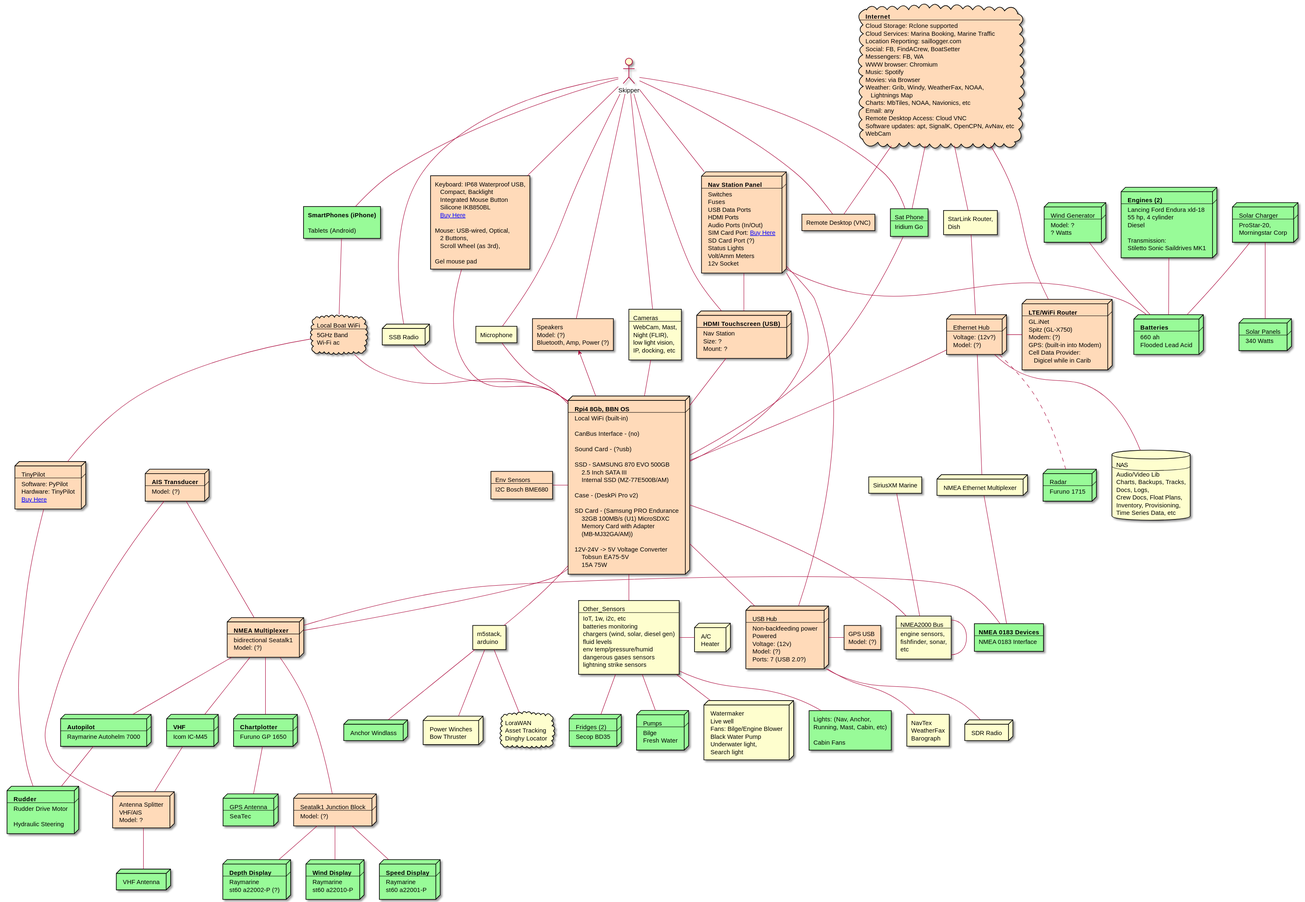
SY-Alcazar/SY-Alcazar keeps this PlantUML diagram as docs/images/alcazar-system-arch.svg. Above is the earlier version. The source it was exported from:
```plantuml
@startuml

actor Skipper [
 Skipper
]

node Panel #peachpuff [
 <b>Nav Station Panel
 ----
 Switches
 Fuses
 USB Data Ports
 HDMI Ports
 Audio Ports (In/Out)
 SIM Card Port: [[https://www.data-alliance.net/cable-gland-for-fiber-usb-sim-terminal-block-waterproof-ip67-feed-thru/ Buy Here]]
 SD Card Port (?)
 Status Lights
 Volt/Amm Meters
 12v Socket
]

node RPI #peachpuff [
 <b>Rpi4 8Gb, BBN OS
 ----
 Local WiFi (built-in)

 CanBus Interface - (no)

 Sound Card - (?usb)

 SSD - SAMSUNG 870 EVO 500GB
     2.5 Inch SATA III
     Internal SSD (MZ-77E500B/AM)

 Case - (DeskPi Pro v2)

 SD Card - (Samsung PRO Endurance
     32GB 100MB/s (U1) MicroSDXC
     Memory Card with Adapter
     (MB-MJ32GA/AM))

 12V-24V -> 5V Voltage Converter
     Tobsun EA75-5V
     15A 75W
]

rectangle GPS #peachpuff [
 GPS USB
 Model: (?)
]

rectangle Env_Sens #peachpuff [
 Env Sensors
 ----
 I2C Bosch BME680
]

rectangle NMEA_2000 [
 NMEA2000 Bus
 ----
 engine sensors,
 fishfinder, sonar,
 etc
]

node Junction_ST1 #peachpuff [
 Seatalk1 Junction Block
 ----
 Model: (?)
]

node NMEA_Mux #peachpuff [
 <b>NMEA Multiplexer
 ----
 bidirectional Seatalk1
 Model: (?)
]

node NMEA_Eth_Mux [
 NMEA Ethernet Multiplexer
]

rectangle NMEA_0183 #palegreen [
 <b>NMEA 0183 Devices
 ----
 NMEA 0183 Interface
]

node AP #palegreen [
 <b>Autopilot
 ---
 Raymarine Autohelm 7000
]

node AP_2 #peachpuff [
 TinyPilot
 ---
 Software: PyPilot
 Hardware: TinyPilot
 [[https://pypilot.org/store Buy Here]]
]

node VHF #palegreen [
 <b>VHF
 ---
 Icom IC-M45
]

node Chartplotter #palegreen [
 <b>Chartplotter
 ---
 Furuno GP 1650
]

node GPS_Ant #palegreen [
 GPS Antenna
 ---
 SeaTec
]

node Eth_Hub #peachpuff [
 Ethernet Hub
 ----
 Voltage: (12v?)
 Model: (?)
]

node USB_Hub #peachpuff [
 USB Hub
 ----
 Non-backfeeding power
 Powered
 Voltage: (12v)
 Model: (?)
 Ports: 7 (USB 2.0?)
]

node Router #peachpuff [
 <b>LTE/WiFi Router
 ----
 GL.iNet
 Spitz (GL-X750)
 Modem: (?)
 GPS: (built-in into Modem)
 Cell Data Provider:
    Digicel while in Carib
]

rectangle Dish_Router [
 StarLink Router,
 Dish
]

node Radar #palegreen [
 Radar
 ----
 Furuno 1715
]

node Touchscreen  #peachpuff [
 <b>HDMI Touchscreen (USB)
 ----
 Nav Station
 Size: ?
 Mount: ?
]

rectangle Speakers #peachpuff [
 Speakers
 Model: (?)
 Bluetooth, Amp, Power (?)
]

rectangle Mic [
 Microphone
]

rectangle Cameras [
 Cameras
 ----
 WebCam, Mast,
 Night (FLIR),
 low light vision,
 IP, docking, etc
]

node SDR [
 SDR Radio
]

node SSB [
 SSB Radio
]

cloud WiFi_Local #peachpuff [
 Local Boat WiFi
 ----
 5GHz Band
 Wi-Fi ac
]

rectangle Iridium #palegreen [
 Sat Phone
 ----
 Iridium Go
]

rectangle Other_Sensors [
 Other_Sensors
 ----
 IoT, 1w, i2c, etc
 batteries monitoring
 chargers (wind, solar, diesel gen)
 fluid levels
 env temp/pressure/humid
 dangerous gases sensors
 lightning strike sensors
]

rectangle Remote_Desktop #peachpuff [
 Remote Desktop (VNC)
]

node AC [
 A/C
 Heater
]

node Pumps #palegreen [
 Pumps
 ----
 Bilge
 Fresh Water
]

node Appliance [
 Watermaker
 Live well
 Fans: Bilge/Engine Blower
 Black Water Pump
 Underwater light,
 Search light
]

node AIS #peachpuff [
 <b>AIS Transducer
 ----
 Model: (?)
]

rectangle Lights_Fans #palegreen [
 Lights: (Nav, Anchor,
 Running, Mast, Cabin, etc)

 Cabin Fans
]

rectangle Keyboard_Mouse #peachpuff [
 Keyboard: IP68 Waterproof USB,
    Compact, Backlight
    Integrated Mouse Button
    Silicone IKB850BL
    [[https://www.amazon.com/dp/B010EJDYB8/ Buy Here]]

 Mouse: USB-wired, Optical,
    2 Buttons,
    Scroll Wheel (as 3rd),

 Gel mouse pad
]

rectangle Weather [
 NavTex
 WeatherFax
 Barograph
]

rectangle SiriusXM [
 SiriusXM Marine
]

rectangle SmartPhone #palegreen [
 <b>SmartPhones (iPhone)

 Tablets (Android)
]

database NAS [
 NAS
 ----
 Audio/Video Lib
 Charts, Backups, Tracks,
 Docs, Logs,
 Crew Docs, Float Plans,
 Inventory, Provisioning,
 Time Series Data, etc
]

node Rudder #palegreen [
 <b>Rudder
 ----
 Rudder Drive Motor

 Hydraulic Steering
]

node Dash_1 #palegreen [
 <b>Wind Display
 ----
 Raymarine
 st60 a22010-P
]

node Dash_2 #palegreen [
 <b>Speed Display
 ----
 Raymarine
 st60 a22001-P
]

node Dash_3 #palegreen [
 <b>Depth Display
 ----
 Raymarine
 st60 a22002-P (?)
]

node Fridge #palegreen [
 Fridges (2)
 ----
 Secop BD35
]

node Winches #palegreen [
 Anchor Windlass
]

node Winches_etc [
 Power Winches
 Bow Thruster
]

node Splitter #peachpuff [
 Antenna Splitter
 VHF/AIS
 Model: ?
]

cloud Cloud_Internet #peachpuff [
 <b>Internet
 ----
 Cloud Storage: Rclone supported
 Cloud Services: Marina Booking, Marine Traffic
 Location Reporting: saillogger.com
 Social: FB, FindACrew, BoatSetter
 Messengers: FB, WA
 WWW browser: Chromium
 Music: Spotify
 Movies: via Browser
 Weather: Grib, Windy, WeatherFax, NOAA,
    Lightnings Map
 Charts: MbTiles, NOAA, Navionics, etc
 Email: any
 Remote Desktop Access: Cloud VNC
 Software updates: apt, SignalK, OpenCPN, AvNav, etc
 WebCam
]

cloud Lora [
 LoraWAN
 Asset Tracking
 Dinghy Locator
]

rectangle Esp32 [
 m5stack,
 arduino
]

node Batteries #palegreen [
 <b>Batteries
 ----
 660 ah
 Flooded Lead Acid
]

node Charger_Solar #palegreen [
 Solar Charger
 ----
 ProStar-20,
 Morningstar Corp
]

node Engines #palegreen [
 <b>Engines (2)
 ----
 Lancing Ford Endura xld-18
 55 hp, 4 cylinder
 Diesel

 Transmission:
 Stiletto Sonic Saildrives MK1
]

node Antenna_VHF #palegreen [
  VHF Antenna
]

node Solar_Pan #palegreen [
  Solar Panels
  ----
  340 Watts
]

node Wind_Gen #palegreen [
  Wind Generator
  ----
  Model: ?
  ? Watts
]

RPI -l- Env_Sens
RPI -- NMEA_2000
RPI -d- NMEA_Mux
RPI -u- Eth_Hub
RPI -- USB_Hub
RPI -u- Touchscreen
RPI -u- Cameras
RPI -u-> Speakers
RPI -u- Mic
RPI -u- SSB
RPI -u- Iridium
RPI -- Other_Sensors
RPI -d- Esp32
RPI -u- WiFi_Local
RPI -u- Keyboard_Mouse
RPI -l- Panel

Panel -- Touchscreen
Panel -- USB_Hub
Panel -- Batteries

SmartPhone -- WiFi_Local
AP_2 -u- WiFi_Local
AP -- Rudder
AP_2 -- Rudder

SiriusXM -- NMEA_2000
NMEA_2000 -- NMEA_2000

Eth_Hub -r- Router
Eth_Hub -[dashed]- Radar
Eth_Hub -- NAS
Eth_Hub -- NMEA_Eth_Mux
Eth_Hub -u- Dish_Router

USB_Hub -- SDR
USB_Hub -- Weather
USB_Hub -r- GPS

Other_Sensors -r- AC
Other_Sensors -- Fridge
Other_Sensors -- Appliance
Other_Sensors -- Lights_Fans
Other_Sensors -- Pumps

NMEA_Mux -r- NMEA_0183
NMEA_Eth_Mux -- NMEA_0183
NMEA_Mux -- AP
NMEA_Mux -- VHF
NMEA_Mux -- Chartplotter
NMEA_Mux --- Junction_ST1
NMEA_Mux -u- AIS

Junction_ST1 -d- Dash_1
Junction_ST1 -d- Dash_2
Junction_ST1 -d- Dash_3

Chartplotter -- GPS_Ant

Esp32 -- Lora
Esp32 -- Winches
Esp32 -- Winches_etc

Cloud_Internet -- Dish_Router
Cloud_Internet -- Router
Cloud_Internet -- Iridium
Cloud_Internet -- Remote_Desktop

Skipper -- Touchscreen
Skipper -- Speakers
Skipper -- Mic
Skipper -- Cameras
Skipper -- Iridium
Skipper -- SSB
Skipper -- SmartPhone
Skipper -- Keyboard_Mouse
Skipper -- Remote_Desktop
Skipper -- Panel

Charger_Solar -- Solar_Pan
Charger_Solar -- Batteries
Wind_Gen -- Batteries
Engines -- Batteries

VHF -- Splitter
AIS -- Splitter

Splitter -- Antenna_VHF

@enduml
```
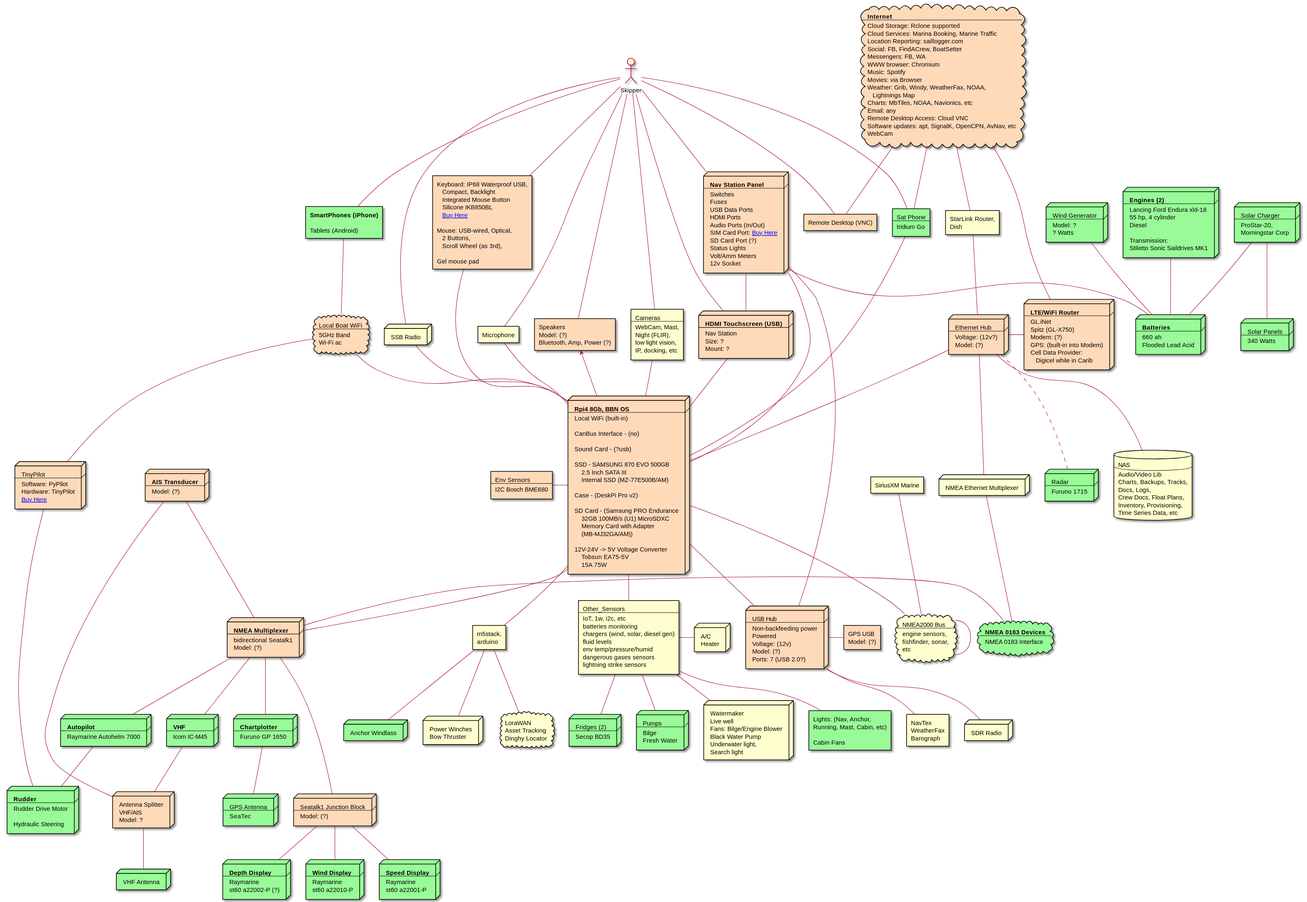
Later version of the same file.

Commit message:
alcazar system arch

The edit, as a diff of the source:
```diff
@@ -55,7 +55,7 @@
  I2C Bosch BME680
 ]
 
-rectangle NMEA_2000 [
+cloud NMEA_2000 [
  NMEA2000 Bus
  ----
  engine sensors,
@@ -80,7 +80,7 @@
  NMEA Ethernet Multiplexer
 ]
 
-rectangle NMEA_0183 #palegreen [
+cloud NMEA_0183 #palegreen [
  <b>NMEA 0183 Devices
  ----
  NMEA 0183 Interface
```
